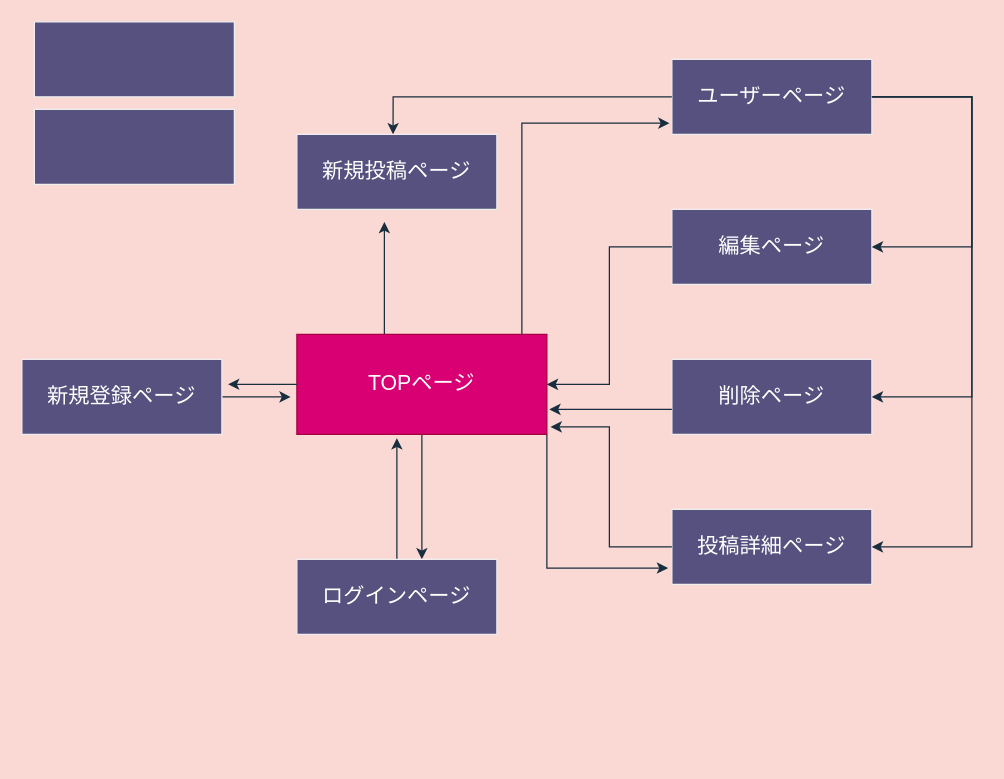
mo0777lucky/original-app keeps this draw.io diagram as o_test2.dio. Above is the earlier version. Source tidied: cells renumbered, new cells numbered last; positions are measured from the earlier drawing's top-left corner, leaving out a move shared by most shapes. Both pictures are drawn from the tidied source at 125%, with x=0, y=0 at pixel (21, 21).
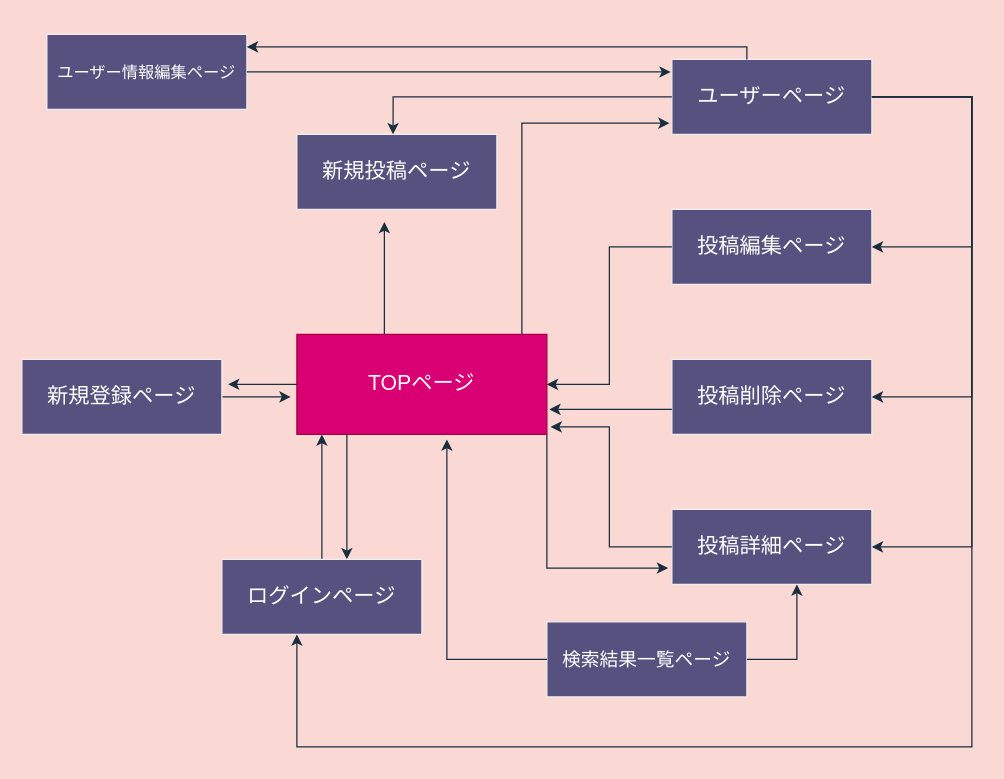
The same page after the edit.

Unchanged cells that the change refers to:
```xml
<mxCell id="6" style="shape=table;html=1;whiteSpace=wrap;startSize=0;childLayout=tableLayout;fillColor=#d80073;strokeColor=#A50040;fontColor=#ffffff;" parent="1" vertex="1">
  <mxGeometry x="220" y="250" width="200" height="80" as="geometry" />
</mxCell>
<mxCell id="7" style="shape=partialRectangle;html=1;whiteSpace=wrap;fillColor=none;top=0;left=0;bottom=0;right=0;points=[[0,0.5],[1,0.5]];portConstraint=eastwest;strokeColor=#EEEEEE;fontColor=#FFFFFF;" parent="6" vertex="1">
  <mxGeometry width="200" height="80" as="geometry" />
</mxCell>
<mxCell id="10" style="shape=partialRectangle;html=1;whiteSpace=wrap;fillColor=none;top=0;left=0;bottom=0;right=0;points=[[0,0.5],[1,0.5]];portConstraint=eastwest;strokeColor=#EEEEEE;fontColor=#FFFFFF;" parent="9" vertex="1">
  <mxGeometry width="160" height="60" as="geometry" />
</mxCell>
<mxCell id="13" style="shape=partialRectangle;html=1;whiteSpace=wrap;fillColor=none;top=0;left=0;bottom=0;right=0;points=[[0,0.5],[1,0.5]];portConstraint=eastwest;strokeColor=#EEEEEE;fontColor=#FFFFFF;" parent="12" vertex="1">
  <mxGeometry width="160" height="60" as="geometry" />
</mxCell>
<mxCell id="16" style="shape=partialRectangle;html=1;whiteSpace=wrap;fillColor=none;top=0;left=0;bottom=0;right=0;points=[[0,0.5],[1,0.5]];portConstraint=eastwest;strokeColor=#EEEEEE;fontColor=#FFFFFF;" parent="15" vertex="1">
  <mxGeometry width="160" height="60" as="geometry" />
</mxCell>
<mxCell id="19" style="shape=partialRectangle;html=1;whiteSpace=wrap;fillColor=none;top=0;left=0;bottom=0;right=0;points=[[0,0.5],[1,0.5]];portConstraint=eastwest;strokeColor=#EEEEEE;fontColor=#FFFFFF;" parent="18" vertex="1">
  <mxGeometry width="160" height="60" as="geometry" />
</mxCell>
<mxCell id="22" style="shape=table;html=1;whiteSpace=wrap;startSize=0;childLayout=tableLayout;fillColor=#56517E;strokeColor=#EEEEEE;fontColor=#FFFFFF;" parent="1" vertex="1">
  <mxGeometry y="270" width="160" height="60" as="geometry" />
</mxCell>
<mxCell id="23" style="shape=partialRectangle;html=1;whiteSpace=wrap;fillColor=none;top=0;left=0;bottom=0;right=0;points=[[0,0.5],[1,0.5]];portConstraint=eastwest;strokeColor=#EEEEEE;fontColor=#FFFFFF;" parent="22" vertex="1">
  <mxGeometry width="160" height="60" as="geometry" />
</mxCell>
<mxCell id="27" style="shape=partialRectangle;html=1;whiteSpace=wrap;fillColor=none;top=0;left=0;bottom=0;right=0;points=[[0,0.5],[1,0.5]];portConstraint=eastwest;strokeColor=#EEEEEE;fontColor=#FFFFFF;" parent="26" vertex="1">
  <mxGeometry width="160" height="60" as="geometry" />
</mxCell>
<mxCell id="30" style="shape=partialRectangle;html=1;whiteSpace=wrap;fillColor=none;top=0;left=0;bottom=0;right=0;points=[[0,0.5],[1,0.5]];portConstraint=eastwest;strokeColor=#EEEEEE;fontColor=#FFFFFF;" parent="29" vertex="1">
  <mxGeometry width="160" height="60" as="geometry" />
</mxCell>
```

What changed in the source:
```diff
@@
-    <mxCell id="2" style="edgeStyle=orthogonalEdgeStyle;rounded=0;jettySize=auto;html=1;labelBackgroundColor=#FAD9D5;strokeColor=#182E3E;" parent="1" edge="1" source="6">
+    <mxCell id="2" style="edgeStyle=orthogonalEdgeStyle;rounded=0;jettySize=auto;html=1;strokeColor=#182E3E;labelBackgroundColor=#FAD9D5;" parent="1" edge="1" source="6">
       <mxGeometry relative="1" as="geometry">
         <mxPoint x="290" y="160" as="targetPoint" />
         <Array as="points">
           <mxPoint x="290" y="230" />
           <mxPoint x="290" y="230" />
         </Array>
       </mxGeometry>
     </mxCell>
-    <mxCell id="3" style="edgeStyle=orthogonalEdgeStyle;rounded=0;jettySize=auto;html=1;entryX=0.625;entryY=0;entryDx=0;entryDy=0;entryPerimeter=0;labelBackgroundColor=#FAD9D5;strokeColor=#182E3E;" parent="1" edge="1" source="6" target="27">
-      <mxGeometry relative="1" as="geometry" />
+    <mxCell id="3" style="edgeStyle=orthogonalEdgeStyle;rounded=0;jettySize=auto;html=1;entryX=0.625;entryY=0;entryDx=0;entryDy=0;entryPerimeter=0;strokeColor=#182E3E;labelBackgroundColor=#FAD9D5;" parent="1" edge="1" source="6" target="27">
+      <mxGeometry relative="1" as="geometry">
+        <Array as="points">
+          <mxPoint x="260" y="350" />
+          <mxPoint x="260" y="350" />
+        </Array>
+      </mxGeometry>
     </mxCell>
-    <mxCell id="4" style="edgeStyle=orthogonalEdgeStyle;rounded=0;jettySize=auto;html=1;entryX=-0.012;entryY=0.85;entryDx=0;entryDy=0;entryPerimeter=0;labelBackgroundColor=#FAD9D5;strokeColor=#182E3E;" parent="1" edge="1" source="6" target="30">
+    <mxCell id="4" style="edgeStyle=orthogonalEdgeStyle;rounded=0;jettySize=auto;html=1;entryX=-0.012;entryY=0.85;entryDx=0;entryDy=0;entryPerimeter=0;strokeColor=#182E3E;labelBackgroundColor=#FAD9D5;" parent="1" edge="1" source="6" target="30">
       <mxGeometry relative="1" as="geometry">
         <Array as="points">
           <mxPoint x="400" y="81" />
         </Array>
       </mxGeometry>
     </mxCell>
-    <mxCell id="5" style="edgeStyle=orthogonalEdgeStyle;rounded=0;jettySize=auto;html=1;entryX=-0.019;entryY=0.783;entryDx=0;entryDy=0;entryPerimeter=0;labelBackgroundColor=#FAD9D5;strokeColor=#182E3E;" parent="1" edge="1" source="6" target="16">
+    <mxCell id="5" style="edgeStyle=orthogonalEdgeStyle;rounded=0;jettySize=auto;html=1;entryX=-0.019;entryY=0.783;entryDx=0;entryDy=0;entryPerimeter=0;strokeColor=#182E3E;labelBackgroundColor=#FAD9D5;" parent="1" edge="1" source="6" target="16">
       <mxGeometry relative="1" as="geometry">
         <Array as="points">
           <mxPoint x="420" y="437" />
         </Array>
       </mxGeometry>
     </mxCell>
@@
-    <mxCell id="11" value="&lt;span style=&quot;font-size: 17px&quot;&gt;編集ページ&lt;/span&gt;" style="shape=partialRectangle;html=1;whiteSpace=wrap;overflow=hidden;fillColor=none;top=0;left=0;bottom=0;right=0;strokeColor=#EEEEEE;fontColor=#FFFFFF;" parent="10" vertex="1">
+    <mxCell id="11" value="&lt;span style=&quot;font-size: 17px&quot;&gt;投稿編集ページ&lt;/span&gt;" style="shape=partialRectangle;html=1;whiteSpace=wrap;overflow=hidden;fillColor=none;top=0;left=0;bottom=0;right=0;strokeColor=#EEEEEE;fontColor=#FFFFFF;" parent="10" vertex="1">
       <mxGeometry width="160" height="60" as="geometry" />
     </mxCell>
@@
-    <mxCell id="14" value="&lt;span style=&quot;font-size: 17px&quot;&gt;削除ページ&lt;/span&gt;" style="shape=partialRectangle;html=1;whiteSpace=wrap;overflow=hidden;fillColor=none;top=0;left=0;bottom=0;right=0;strokeColor=#EEEEEE;fontColor=#FFFFFF;" parent="13" vertex="1">
+    <mxCell id="14" value="&lt;span style=&quot;font-size: 17px&quot;&gt;投稿削除ページ&lt;/span&gt;" style="shape=partialRectangle;html=1;whiteSpace=wrap;overflow=hidden;fillColor=none;top=0;left=0;bottom=0;right=0;strokeColor=#EEEEEE;fontColor=#FFFFFF;" parent="13" vertex="1">
       <mxGeometry width="160" height="60" as="geometry" />
     </mxCell>
@@
-    <mxCell id="21" style="edgeStyle=orthogonalEdgeStyle;rounded=0;jettySize=auto;html=1;entryX=-0.025;entryY=0.625;entryDx=0;entryDy=0;entryPerimeter=0;labelBackgroundColor=#FAD9D5;strokeColor=#182E3E;" parent="1" edge="1" source="22" target="7">
+    <mxCell id="21" style="edgeStyle=orthogonalEdgeStyle;rounded=0;jettySize=auto;html=1;entryX=-0.025;entryY=0.625;entryDx=0;entryDy=0;entryPerimeter=0;strokeColor=#182E3E;labelBackgroundColor=#FAD9D5;" parent="1" edge="1" source="22" target="7">
       <mxGeometry relative="1" as="geometry" />
     </mxCell>
@@
-    <mxCell id="25" style="edgeStyle=orthogonalEdgeStyle;rounded=0;jettySize=auto;html=1;entryX=0.4;entryY=1.038;entryDx=0;entryDy=0;entryPerimeter=0;labelBackgroundColor=#FAD9D5;strokeColor=#182E3E;" parent="1" edge="1" source="26" target="7">
+    <mxCell id="25" style="edgeStyle=orthogonalEdgeStyle;rounded=0;jettySize=auto;html=1;strokeColor=#182E3E;labelBackgroundColor=#FAD9D5;" parent="1" edge="1" source="26" target="7">
       <mxGeometry relative="1" as="geometry">
         <Array as="points">
-          <mxPoint x="300" y="360" />
-          <mxPoint x="300" y="360" />
+          <mxPoint x="240" y="320" />
+          <mxPoint x="240" y="320" />
         </Array>
       </mxGeometry>
     </mxCell>
     <mxCell id="26" style="shape=table;html=1;whiteSpace=wrap;startSize=0;childLayout=tableLayout;fillColor=#56517E;strokeColor=#EEEEEE;fontColor=#FFFFFF;" parent="1" vertex="1">
-      <mxGeometry x="220" y="430" width="160" height="60" as="geometry" />
+      <mxGeometry x="160" y="430" width="160" height="60" as="geometry" />
     </mxCell>
@@
-    <mxCell id="32" style="edgeStyle=orthogonalEdgeStyle;rounded=0;jettySize=auto;html=1;entryX=0.481;entryY=0;entryDx=0;entryDy=0;entryPerimeter=0;labelBackgroundColor=#FAD9D5;strokeColor=#182E3E;" parent="1" edge="1" source="30" target="19">
+    <mxCell id="32" style="edgeStyle=orthogonalEdgeStyle;rounded=0;jettySize=auto;html=1;entryX=0.481;entryY=0;entryDx=0;entryDy=0;entryPerimeter=0;strokeColor=#182E3E;labelBackgroundColor=#FAD9D5;" parent="1" edge="1" source="30" target="19">
       <mxGeometry relative="1" as="geometry">
         <Array as="points">
           <mxPoint x="297" y="60" />
         </Array>
       </mxGeometry>
     </mxCell>
-    <mxCell id="33" style="edgeStyle=orthogonalEdgeStyle;rounded=0;jettySize=auto;html=1;entryX=1;entryY=0.5;entryDx=0;entryDy=0;labelBackgroundColor=#FAD9D5;strokeColor=#182E3E;" parent="1" edge="1" source="30" target="16">
+    <mxCell id="33" style="edgeStyle=orthogonalEdgeStyle;rounded=0;jettySize=auto;html=1;entryX=1;entryY=0.5;entryDx=0;entryDy=0;strokeColor=#182E3E;labelBackgroundColor=#FAD9D5;" parent="1" edge="1" source="30" target="16">
       <mxGeometry relative="1" as="geometry">
         <Array as="points">
           <mxPoint x="760" y="60" />
           <mxPoint x="760" y="420" />
         </Array>
       </mxGeometry>
     </mxCell>
-    <mxCell id="34" style="edgeStyle=orthogonalEdgeStyle;rounded=0;jettySize=auto;html=1;labelBackgroundColor=#FAD9D5;strokeColor=#182E3E;" parent="1" edge="1" source="30">
+    <mxCell id="34" style="edgeStyle=orthogonalEdgeStyle;rounded=0;jettySize=auto;html=1;strokeColor=#182E3E;labelBackgroundColor=#FAD9D5;" parent="1" edge="1" source="30">
       <mxGeometry relative="1" as="geometry">
         <mxPoint x="680" y="180" as="targetPoint" />
         <Array as="points">
           <mxPoint x="760" y="60" />
           <mxPoint x="760" y="180" />
           <mxPoint x="682" y="180" />
         </Array>
       </mxGeometry>
     </mxCell>
-    <mxCell id="35" style="edgeStyle=orthogonalEdgeStyle;rounded=0;jettySize=auto;html=1;entryX=1;entryY=0.5;entryDx=0;entryDy=0;labelBackgroundColor=#FAD9D5;strokeColor=#182E3E;" parent="1" edge="1" source="30" target="13">
+    <mxCell id="35" style="edgeStyle=orthogonalEdgeStyle;rounded=0;jettySize=auto;html=1;entryX=1;entryY=0.5;entryDx=0;entryDy=0;strokeColor=#182E3E;labelBackgroundColor=#FAD9D5;" parent="1" edge="1" source="30" target="13">
       <mxGeometry relative="1" as="geometry">
         <Array as="points">
           <mxPoint x="760" y="60" />
           <mxPoint x="760" y="300" />
         </Array>
       </mxGeometry>
     </mxCell>
-    <mxCell id="36" style="edgeStyle=orthogonalEdgeStyle;rounded=0;jettySize=auto;html=1;entryX=1;entryY=0.5;entryDx=0;entryDy=0;labelBackgroundColor=#FAD9D5;strokeColor=#182E3E;" parent="1" edge="1" source="10" target="7">
+    <mxCell id="36" style="edgeStyle=orthogonalEdgeStyle;rounded=0;jettySize=auto;html=1;entryX=1;entryY=0.5;entryDx=0;entryDy=0;strokeColor=#182E3E;labelBackgroundColor=#FAD9D5;" parent="1" edge="1" source="10" target="7">
       <mxGeometry relative="1" as="geometry" />
     </mxCell>
-    <mxCell id="37" style="edgeStyle=orthogonalEdgeStyle;rounded=0;jettySize=auto;html=1;entryX=1.01;entryY=0.75;entryDx=0;entryDy=0;entryPerimeter=0;labelBackgroundColor=#FAD9D5;strokeColor=#182E3E;" parent="1" edge="1" source="13" target="7">
+    <mxCell id="37" style="edgeStyle=orthogonalEdgeStyle;rounded=0;jettySize=auto;html=1;entryX=1.01;entryY=0.75;entryDx=0;entryDy=0;entryPerimeter=0;strokeColor=#182E3E;labelBackgroundColor=#FAD9D5;" parent="1" edge="1" source="13" target="7">
       <mxGeometry relative="1" as="geometry">
         <Array as="points">
           <mxPoint x="490" y="310" />
           <mxPoint x="490" y="310" />
         </Array>
       </mxGeometry>
     </mxCell>
-    <mxCell id="38" style="edgeStyle=orthogonalEdgeStyle;rounded=0;jettySize=auto;html=1;entryX=1.015;entryY=0.925;entryDx=0;entryDy=0;entryPerimeter=0;labelBackgroundColor=#FAD9D5;strokeColor=#182E3E;" parent="1" edge="1" source="16" target="7">
+    <mxCell id="38" style="edgeStyle=orthogonalEdgeStyle;rounded=0;jettySize=auto;html=1;entryX=1.015;entryY=0.925;entryDx=0;entryDy=0;entryPerimeter=0;strokeColor=#182E3E;labelBackgroundColor=#FAD9D5;" parent="1" edge="1" source="16" target="7">
       <mxGeometry relative="1" as="geometry" />
     </mxCell>
-    <mxCell id="39" style="edgeStyle=orthogonalEdgeStyle;rounded=0;jettySize=auto;html=1;entryX=1.031;entryY=0.333;entryDx=0;entryDy=0;entryPerimeter=0;labelBackgroundColor=#FAD9D5;strokeColor=#182E3E;" parent="1" edge="1" source="7" target="23">
+    <mxCell id="39" style="edgeStyle=orthogonalEdgeStyle;rounded=0;jettySize=auto;html=1;entryX=1.031;entryY=0.333;entryDx=0;entryDy=0;entryPerimeter=0;strokeColor=#182E3E;labelBackgroundColor=#FAD9D5;" parent="1" edge="1" source="7" target="23">
       <mxGeometry relative="1" as="geometry" />
     </mxCell>
-    <mxCell id="40" style="shape=table;html=1;whiteSpace=wrap;startSize=0;childLayout=tableLayout;fillColor=#56517E;strokeColor=#EEEEEE;fontColor=#FFFFFF;" parent="1" vertex="1">
-      <mxGeometry x="10" y="70" width="160" height="60" as="geometry" />
-    </mxCell>
-    <mxCell id="41" style="shape=partialRectangle;html=1;whiteSpace=wrap;fillColor=none;top=0;left=0;bottom=0;right=0;strokeColor=#EEEEEE;fontColor=#FFFFFF;" parent="40" vertex="1">
-      <mxGeometry width="160" height="60" as="geometry" />
-    </mxCell>
-    <mxCell id="42" style="shape=partialRectangle;html=1;whiteSpace=wrap;overflow=hidden;fillColor=none;top=0;left=0;bottom=0;right=0;strokeColor=#EEEEEE;fontColor=#FFFFFF;" parent="41" vertex="1">
-      <mxGeometry width="160" height="60" as="geometry" />
-    </mxCell>
-    <mxCell id="43" style="shape=table;html=1;whiteSpace=wrap;startSize=0;childLayout=tableLayout;fillColor=#56517E;strokeColor=#EEEEEE;fontColor=#FFFFFF;" parent="1" vertex="1">
-      <mxGeometry x="10" width="160" height="60" as="geometry" />
-    </mxCell>
-    <mxCell id="44" style="shape=partialRectangle;html=1;whiteSpace=wrap;fillColor=none;top=0;left=0;bottom=0;right=0;strokeColor=#EEEEEE;fontColor=#FFFFFF;" parent="43" vertex="1">
-      <mxGeometry width="160" height="60" as="geometry" />
-    </mxCell>
-    <mxCell id="45" style="shape=partialRectangle;html=1;whiteSpace=wrap;overflow=hidden;fillColor=none;top=0;left=0;bottom=0;right=0;strokeColor=#EEEEEE;fontColor=#FFFFFF;" parent="44" vertex="1">
-      <mxGeometry width="160" height="60" as="geometry" />
-    </mxCell>
+    <mxCell id="46" style="shape=table;html=1;whiteSpace=wrap;startSize=0;childLayout=tableLayout;fillColor=#56517E;strokeColor=#EEEEEE;fontColor=#FFFFFF;" parent="1" vertex="1">
+      <mxGeometry x="420" y="480" width="160" height="60" as="geometry" />
+    </mxCell>
+    <mxCell id="47" style="shape=partialRectangle;html=1;whiteSpace=wrap;fillColor=none;top=0;left=0;bottom=0;right=0;points=[[0,0.5],[1,0.5]];portConstraint=eastwest;strokeColor=#EEEEEE;fontColor=#FFFFFF;" parent="46" vertex="1">
+      <mxGeometry width="160" height="60" as="geometry" />
+    </mxCell>
+    <mxCell id="48" value="&lt;font style=&quot;font-size: 15px&quot;&gt;検索結果一覧ページ&lt;/font&gt;" style="shape=partialRectangle;html=1;whiteSpace=wrap;overflow=hidden;fillColor=none;top=0;left=0;bottom=0;right=0;strokeColor=#EEEEEE;fontColor=#FFFFFF;" parent="47" vertex="1">
+      <mxGeometry width="160" height="60" as="geometry" />
+    </mxCell>
+    <mxCell id="49" style="edgeStyle=orthogonalEdgeStyle;rounded=0;jettySize=auto;html=1;entryX=0.6;entryY=1.05;entryDx=0;entryDy=0;entryPerimeter=0;labelBackgroundColor=#FAD9D5;strokeColor=#182E3E;" parent="1" edge="1" source="47" target="7">
+      <mxGeometry relative="1" as="geometry">
+        <Array as="points">
+          <mxPoint x="340" y="510" />
+        </Array>
+      </mxGeometry>
+    </mxCell>
+    <mxCell id="50" style="edgeStyle=orthogonalEdgeStyle;rounded=0;jettySize=auto;html=1;labelBackgroundColor=#FAD9D5;strokeColor=#182E3E;exitX=1;exitY=0.5;exitDx=0;exitDy=0;" parent="1" edge="1" source="47" target="16">
+      <mxGeometry relative="1" as="geometry">
+        <Array as="points">
+          <mxPoint x="620" y="510" />
+        </Array>
+      </mxGeometry>
+    </mxCell>
+    <mxCell id="51" style="shape=table;html=1;whiteSpace=wrap;startSize=0;childLayout=tableLayout;fillColor=#56517E;strokeColor=#EEEEEE;fontColor=#FFFFFF;" parent="1" vertex="1">
+      <mxGeometry x="20" y="10" width="160" height="60" as="geometry" />
+    </mxCell>
+    <mxCell id="52" style="shape=partialRectangle;html=1;whiteSpace=wrap;fillColor=none;top=0;left=0;bottom=0;right=0;points=[[0,0.5],[1,0.5]];portConstraint=eastwest;strokeColor=#EEEEEE;fontColor=#FFFFFF;" parent="51" vertex="1">
+      <mxGeometry width="160" height="60" as="geometry" />
+    </mxCell>
+    <mxCell id="53" value="&lt;font style=&quot;font-size: 13px&quot;&gt;ユーザー情報編集ページ&lt;/font&gt;" style="shape=partialRectangle;html=1;whiteSpace=wrap;overflow=hidden;fillColor=none;top=0;left=0;bottom=0;right=0;strokeColor=#EEEEEE;fontColor=#FFFFFF;" parent="52" vertex="1">
+      <mxGeometry width="160" height="60" as="geometry" />
+    </mxCell>
+    <mxCell id="54" style="edgeStyle=orthogonalEdgeStyle;rounded=0;jettySize=auto;html=1;labelBackgroundColor=#FAD9D5;strokeColor=#182E3E;" parent="1" edge="1" source="30" target="52">
+      <mxGeometry relative="1" as="geometry">
+        <Array as="points">
+          <mxPoint x="580" y="20" />
+        </Array>
+      </mxGeometry>
+    </mxCell>
+    <mxCell id="55" style="edgeStyle=orthogonalEdgeStyle;curved=0;rounded=1;sketch=0;jettySize=auto;html=1;entryX=-0.006;entryY=0.167;entryDx=0;entryDy=0;entryPerimeter=0;strokeColor=#182E3E;" parent="1" edge="1" source="52" target="30">
+      <mxGeometry relative="1" as="geometry" />
+    </mxCell>
+    <mxCell id="56" style="edgeStyle=orthogonalEdgeStyle;rounded=0;jettySize=auto;html=1;strokeColor=#182E3E;labelBackgroundColor=#FAD9D5;" parent="1" edge="1" source="30" target="27">
+      <mxGeometry relative="1" as="geometry">
+        <Array as="points">
+          <mxPoint x="760" y="60" />
+          <mxPoint x="760" y="580" />
+          <mxPoint x="220" y="580" />
+        </Array>
+      </mxGeometry>
+    </mxCell>
```
